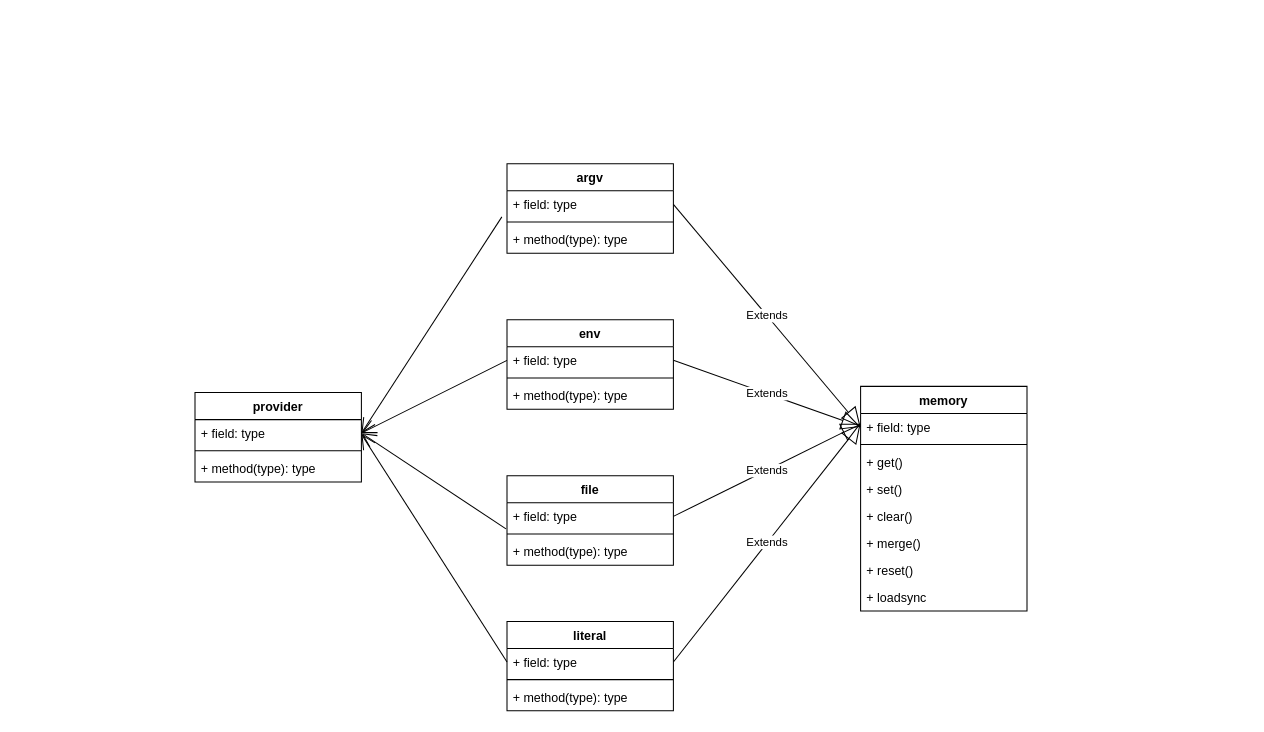
wbbhacker/drawFile keeps this draw.io diagram as nconf.drawio. Above is the earlier version. Source tidied: cells renumbered, new cells numbered last; positions are measured from the earlier drawing's top-left corner, leaving out a move shared by most shapes. Both pictures are drawn from the tidied source at 104%, with x=0, y=0 at pixel (194, 163).
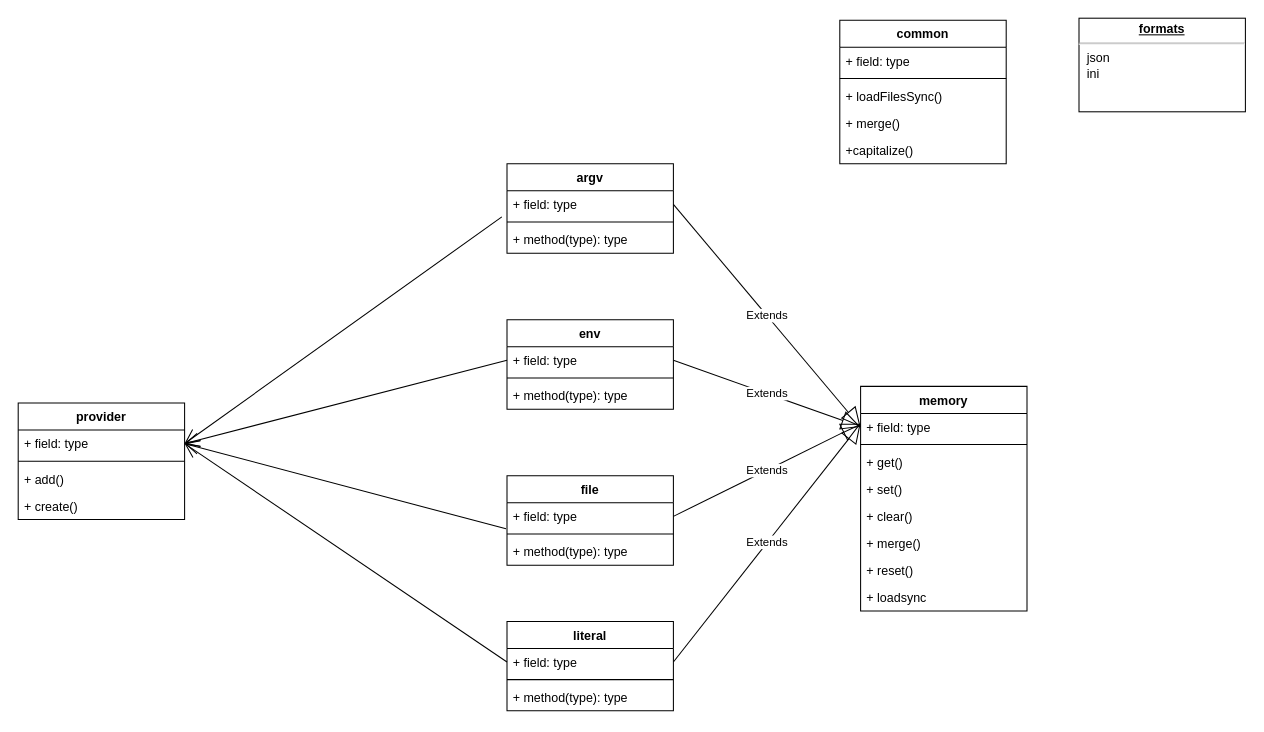
After the change.

The change refers to these unchanged cells:
```xml
<mxCell id="19" value="+ field: type" style="text;strokeColor=none;fillColor=none;align=left;verticalAlign=top;spacingLeft=4;spacingRight=4;overflow=hidden;points=[[0,0.5],[1,0.5]];portConstraint=eastwest;" parent="18" vertex="1">
  <mxGeometry y="26" width="160" height="26" as="geometry" />
</mxCell>
```

Change to the diagram source:
```diff
@@
-    <mxCell id="2" value="provider" style="swimlane;fontStyle=1;align=center;verticalAlign=top;horizontal=1;startSize=26;" parent="1" vertex="1">
-      <mxGeometry y="220" width="160" height="86" as="geometry" />
-    </mxCell>
-    <mxCell id="3" value="+ field: type" style="text;strokeColor=none;fillColor=none;align=left;verticalAlign=top;spacingLeft=4;spacingRight=4;overflow=hidden;points=[[0,0.5],[1,0.5]];portConstraint=eastwest;" parent="2" vertex="1">
-      <mxGeometry y="26" width="160" height="26" as="geometry" />
-    </mxCell>
-    <mxCell id="4" style="line;strokeWidth=1;fillColor=none;align=left;verticalAlign=middle;spacingTop=-1;spacingLeft=3;spacingRight=3;labelPosition=right;" parent="2" vertex="1">
-      <mxGeometry y="52" width="160" height="8" as="geometry" />
-    </mxCell>
-    <mxCell id="5" value="+ method(type): type" style="text;strokeColor=none;fillColor=none;align=left;verticalAlign=top;spacingLeft=4;spacingRight=4;overflow=hidden;" parent="2" vertex="1">
-      <mxGeometry y="60" width="160" height="26" as="geometry" />
-    </mxCell>
@@
-    <mxCell id="38" style="endArrow=open;endFill=1;endSize=12;html=1;rounded=0;exitX=0;exitY=0.5;exitDx=0;exitDy=0;" parent="1" edge="1" source="19">
-      <mxGeometry relative="1" as="geometry">
-        <mxPoint x="160" y="260" as="targetPoint" />
-      </mxGeometry>
+    <mxCell id="38" style="endArrow=open;endFill=1;endSize=12;html=1;rounded=0;exitX=0;exitY=0.5;exitDx=0;exitDy=0;entryX=1;entryY=0.5;entryDx=0;entryDy=0;" parent="1" edge="1" source="19" target="3">
+      <mxGeometry relative="1" as="geometry" />
     </mxCell>
+    <mxCell id="39" value="common" style="swimlane;fontStyle=1;align=center;verticalAlign=top;horizontal=1;startSize=26;" parent="1" vertex="1">
+      <mxGeometry x="620" y="-138" width="160" height="138" as="geometry" />
+    </mxCell>
+    <mxCell id="40" value="+ field: type" style="text;strokeColor=none;fillColor=none;align=left;verticalAlign=top;spacingLeft=4;spacingRight=4;overflow=hidden;" parent="39" vertex="1">
+      <mxGeometry y="26" width="160" height="26" as="geometry" />
+    </mxCell>
+    <mxCell id="41" style="line;strokeWidth=1;fillColor=none;align=left;verticalAlign=middle;spacingTop=-1;spacingLeft=3;spacingRight=3;labelPosition=right;" parent="39" vertex="1">
+      <mxGeometry y="52" width="160" height="8" as="geometry" />
+    </mxCell>
+    <mxCell id="42" value="+ loadFilesSync()" style="text;strokeColor=none;fillColor=none;align=left;verticalAlign=top;spacingLeft=4;spacingRight=4;overflow=hidden;" parent="39" vertex="1">
+      <mxGeometry y="60" width="160" height="26" as="geometry" />
+    </mxCell>
+    <mxCell id="43" value="+ merge()" style="text;strokeColor=none;fillColor=none;align=left;verticalAlign=top;spacingLeft=4;spacingRight=4;overflow=hidden;" parent="39" vertex="1">
+      <mxGeometry y="86" width="160" height="26" as="geometry" />
+    </mxCell>
+    <mxCell id="44" value="+capitalize()" style="text;strokeColor=none;fillColor=none;align=left;verticalAlign=top;spacingLeft=4;spacingRight=4;overflow=hidden;" parent="39" vertex="1">
+      <mxGeometry y="112" width="160" height="26" as="geometry" />
+    </mxCell>
+    <mxCell id="45" value="&lt;p style=&quot;margin: 0px ; margin-top: 4px ; text-align: center ; text-decoration: underline&quot;&gt;&lt;b&gt;formats&lt;/b&gt;&lt;/p&gt;&lt;hr&gt;&lt;p style=&quot;margin: 0px ; margin-left: 8px&quot;&gt;json&lt;br&gt;ini&lt;/p&gt;" style="verticalAlign=top;align=left;overflow=fill;fontSize=12;fontFamily=Helvetica;html=1;" parent="1" vertex="1">
+      <mxGeometry x="850" y="-140" width="160" height="90" as="geometry" />
+    </mxCell>
+    <mxCell id="2" value="provider" style="swimlane;fontStyle=1;align=center;verticalAlign=top;horizontal=1;startSize=26;" parent="1" vertex="1">
+      <mxGeometry x="-170" y="230" width="160" height="112" as="geometry" />
+    </mxCell>
+    <mxCell id="3" value="+ field: type" style="text;strokeColor=none;fillColor=none;align=left;verticalAlign=top;spacingLeft=4;spacingRight=4;overflow=hidden;points=[[0,0.5],[1,0.5]];portConstraint=eastwest;" parent="2" vertex="1">
+      <mxGeometry y="26" width="160" height="26" as="geometry" />
+    </mxCell>
+    <mxCell id="4" style="line;strokeWidth=1;fillColor=none;align=left;verticalAlign=middle;spacingTop=-1;spacingLeft=3;spacingRight=3;labelPosition=right;" parent="2" vertex="1">
+      <mxGeometry y="52" width="160" height="8" as="geometry" />
+    </mxCell>
+    <mxCell id="5" value="+ add()" style="text;strokeColor=none;fillColor=none;align=left;verticalAlign=top;spacingLeft=4;spacingRight=4;overflow=hidden;" parent="2" vertex="1">
+      <mxGeometry y="60" width="160" height="26" as="geometry" />
+    </mxCell>
+    <mxCell id="46" value="+ create()" style="text;strokeColor=none;fillColor=none;align=left;verticalAlign=top;spacingLeft=4;spacingRight=4;overflow=hidden;" parent="2" vertex="1">
+      <mxGeometry y="86" width="160" height="26" as="geometry" />
+    </mxCell>
```
